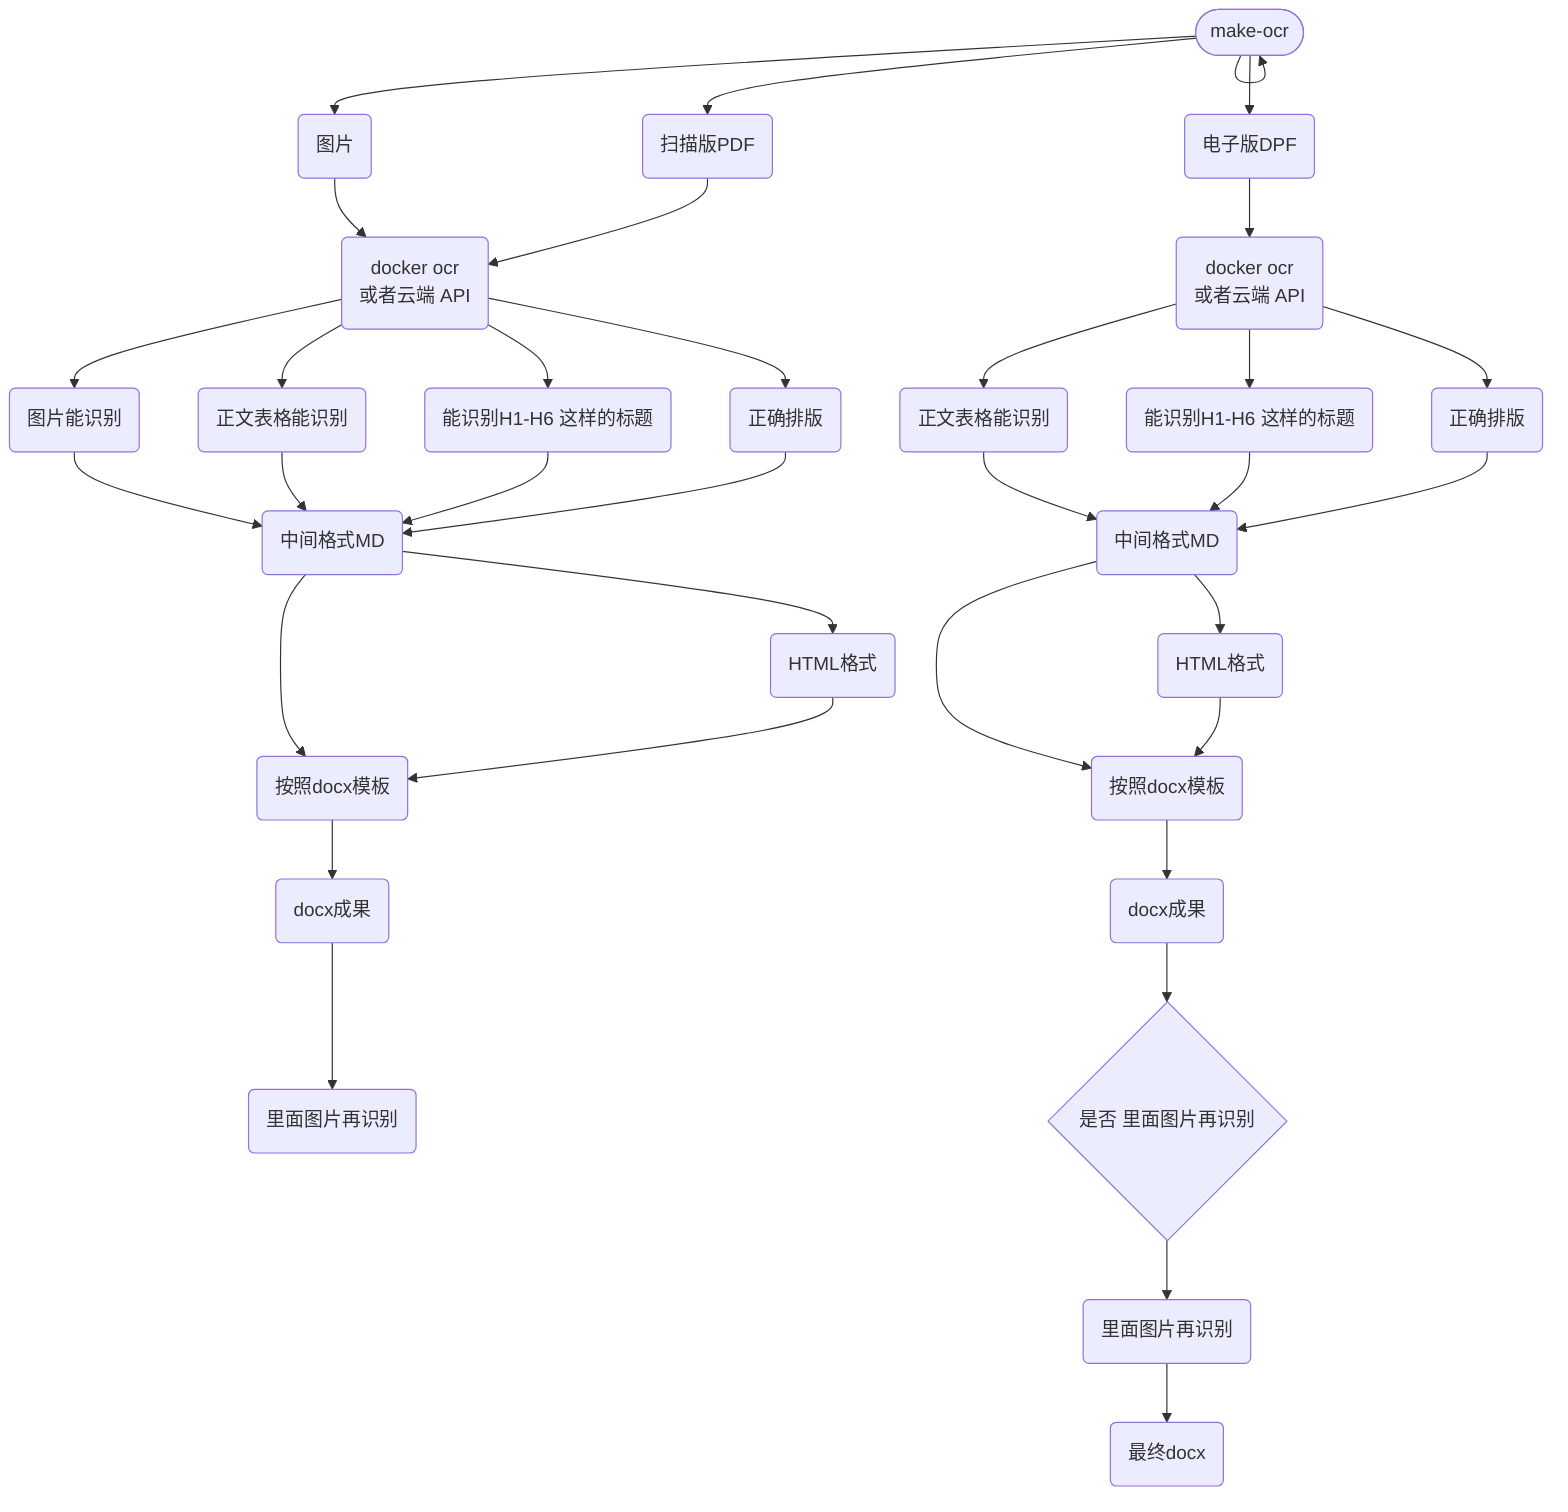
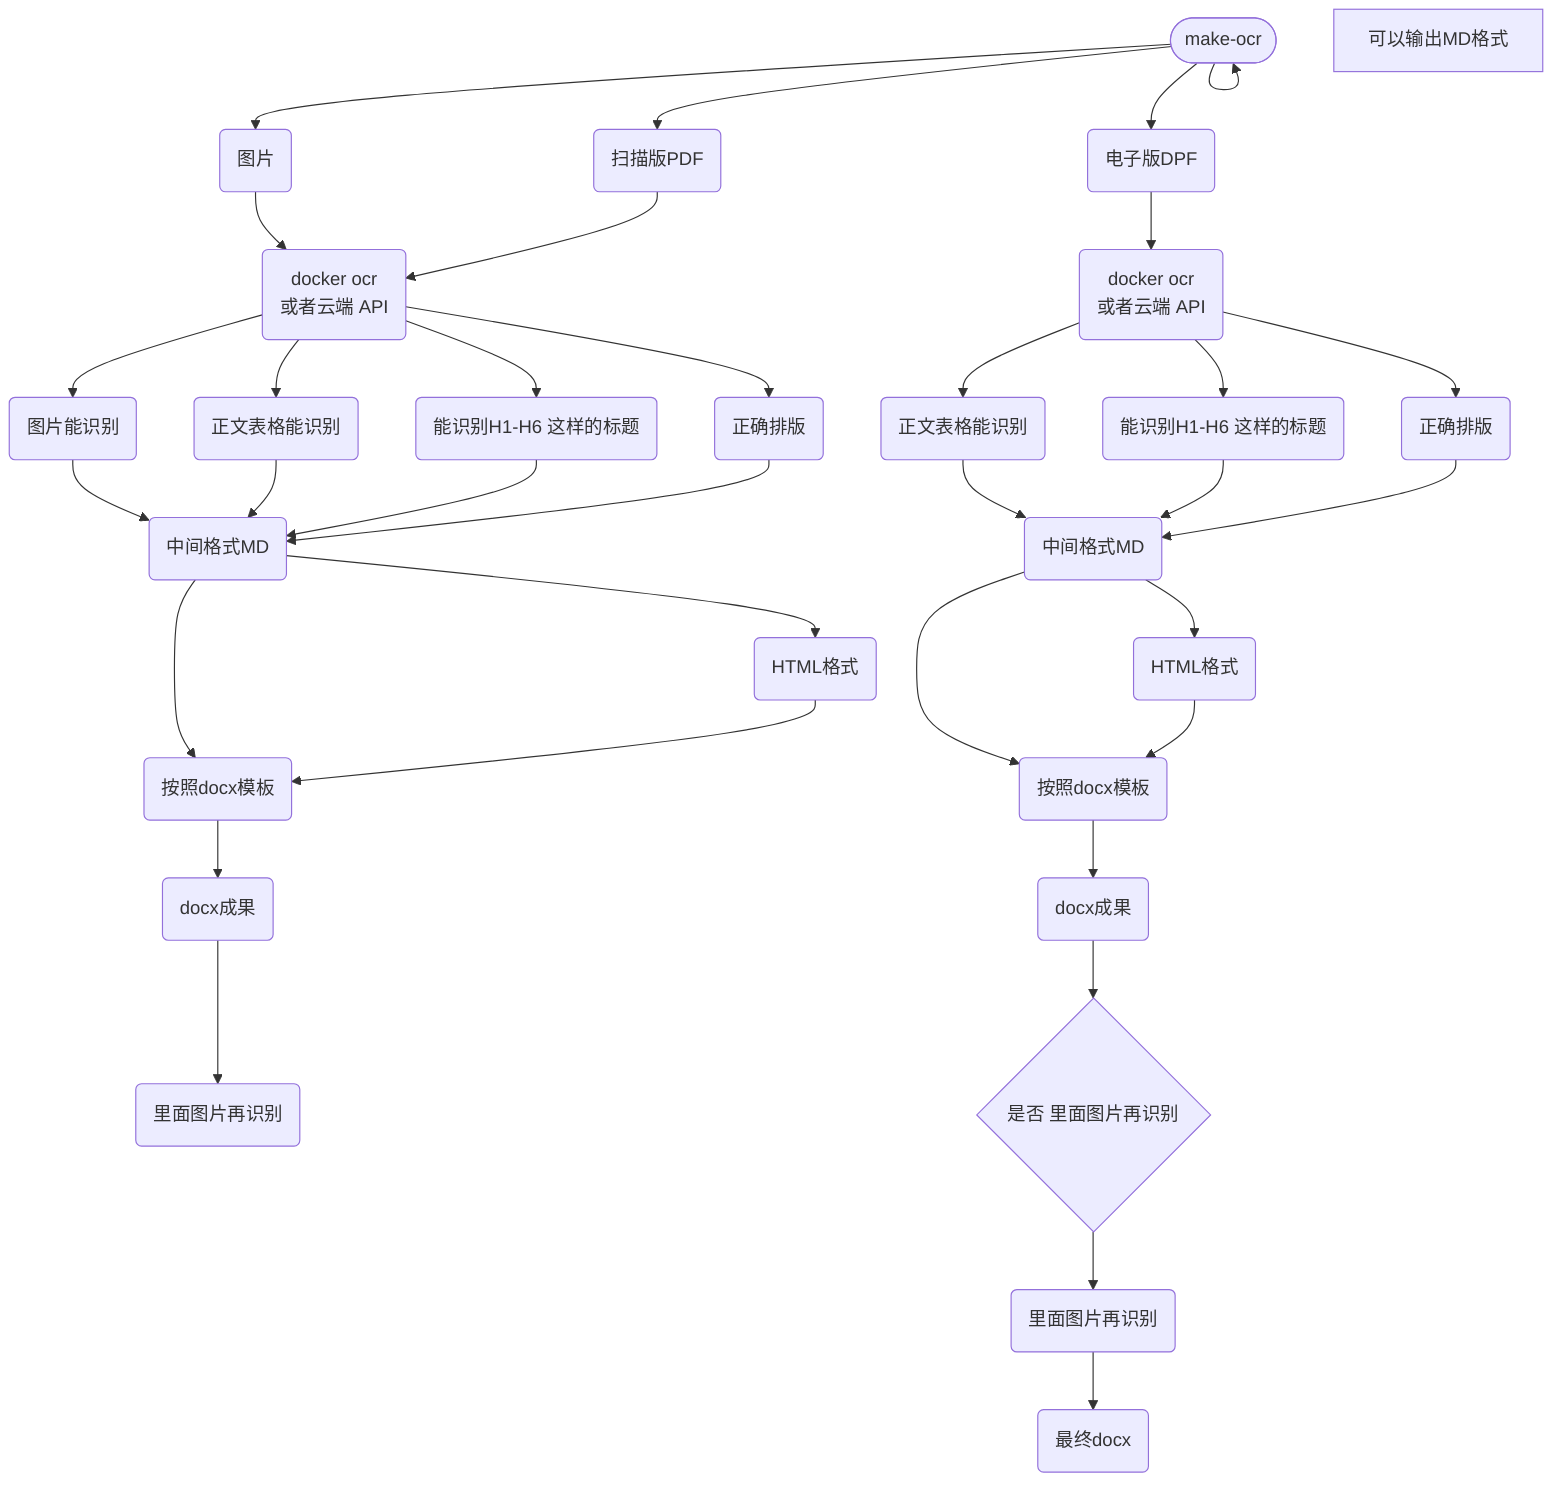
flowchart TD
  n_0(["make-ocr"])
  n_1("扫描版PDF")
  n_2("电子版DPF")
  n_3("docker ocr<br/>或者云端 API")
  n_4("图片")
  n_5("能识别H1-H6 这样的标题")
  n_6("正文表格能识别")
  n_7("图片能识别")
  n_8("按照docx模板")
  n_9("里面图片再识别")
  n_10("docx成果")
  n_11("中间格式MD")
  n_12("HTML格式")
  n_13("docker ocr<br/>或者云端 API")
  n_14("能识别H1-H6 这样的标题")
  n_15("正文表格能识别")
  n_16("按照docx模板")
  n_17("docx成果")
  n_18("中间格式MD")
  n_19("HTML格式")
  n_20("最终docx")
  n_21("里面图片再识别")
  n_22{"是否 里面图片再识别"}
  n_23("正确排版")
  n_24("正确排版")
+   n_25["可以输出MD格式"]
  n_0 --> n_0
  n_0 --> n_1
  n_0 --> n_2
  n_0 --> n_4
  n_11 --> n_8
  n_11 --> n_12
  n_12 --> n_8
  n_8 --> n_10
  n_10 --> n_9
  n_18 --> n_16
  n_18 --> n_19
  n_19 --> n_16
  n_16 --> n_17
  n_4 --> n_3
  n_1 --> n_3
  n_2 --> n_13
  n_13 --> n_14
  n_13 --> n_15
  n_15 --> n_18
  n_14 --> n_18
  n_7 --> n_11
  n_6 --> n_11
  n_5 --> n_11
  n_3 --> n_6
  n_21 --> n_20
  n_17 --> n_22
  n_22 --> n_21
  n_3 --> n_5
  n_3 --> n_7
  n_3 --> n_23
  n_23 --> n_11
  n_13 --> n_24
  n_24 --> n_18
